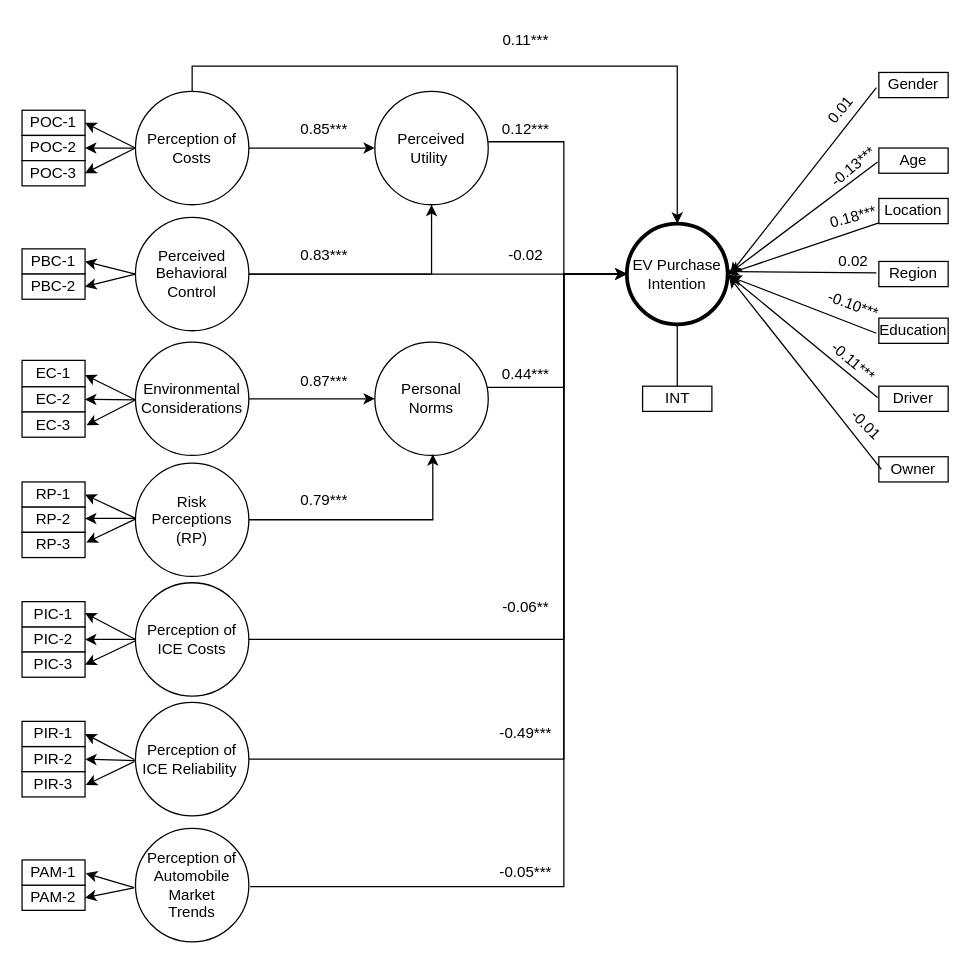
Before: page "Page-1" (1 of 2) of final_path_diagram.drawio in ChullEPG/taxi-survey, a draw.io diagram. Source tidied: cells renumbered, new cells numbered last; positions are measured from the earlier drawing's top-left corner, leaving out a move shared by most shapes. Both pictures are drawn from the tidied source at 126%, with x=0, y=0 at pixel (21, 21).
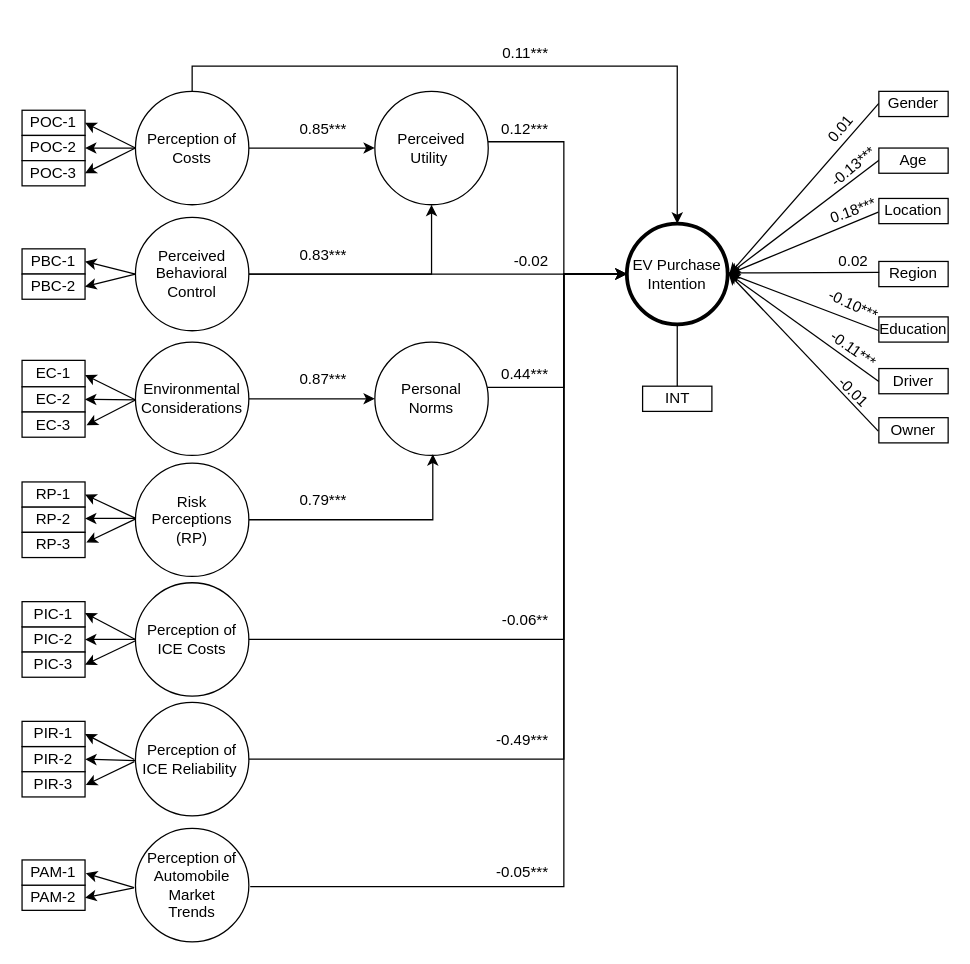
Above is the later version.

The change refers to these unchanged cells:
```xml
<mxCell id="11" value="EV Purchase Intention" style="ellipse;whiteSpace=wrap;html=1;strokeWidth=3;" parent="1" vertex="1">
  <mxGeometry x="480" y="160" width="80" height="80" as="geometry" />
</mxCell>
<mxCell id="68" value="Age" style="rounded=0;whiteSpace=wrap;html=1;" parent="1" vertex="1">
  <mxGeometry x="680" y="100" width="55" height="20" as="geometry" />
</mxCell>
<mxCell id="70" value="Location" style="rounded=0;whiteSpace=wrap;html=1;" parent="1" vertex="1">
  <mxGeometry x="680" y="140" width="55" height="20" as="geometry" />
</mxCell>
<mxCell id="71" value="Region" style="rounded=0;whiteSpace=wrap;html=1;" parent="1" vertex="1">
  <mxGeometry x="680" y="190" width="55" height="20" as="geometry" />
</mxCell>
```

The edit, as a diff of the source:
```diff
@@
+    <mxCell id="75" value="0.01" style="text;strokeColor=none;align=center;fillColor=none;html=1;verticalAlign=middle;whiteSpace=wrap;rounded=0;rotation=-50;" parent="1" vertex="1">
+      <mxGeometry x="620" y="70" width="60" height="30" as="geometry" />
+    </mxCell>
+    <mxCell id="76" value="-0.13***" style="text;strokeColor=none;align=center;fillColor=none;html=1;verticalAlign=middle;whiteSpace=wrap;rounded=0;rotation=-40;" parent="1" vertex="1">
+      <mxGeometry x="630" y="100" width="60" height="30" as="geometry" />
+    </mxCell>
+    <mxCell id="77" value="0.18***" style="text;strokeColor=none;align=center;fillColor=none;html=1;verticalAlign=middle;whiteSpace=wrap;rounded=0;rotation=-20;" parent="1" vertex="1">
+      <mxGeometry x="630" y="135" width="60" height="30" as="geometry" />
+    </mxCell>
+    <mxCell id="78" value="-0.10***" style="text;strokeColor=none;align=center;fillColor=none;html=1;verticalAlign=middle;whiteSpace=wrap;rounded=0;rotation=25;" parent="1" vertex="1">
+      <mxGeometry x="630" y="210" width="60" height="30" as="geometry" />
+    </mxCell>
+    <mxCell id="81" value="0.02" style="text;strokeColor=none;align=center;fillColor=none;html=1;verticalAlign=middle;whiteSpace=wrap;rounded=0;rotation=0;" parent="1" vertex="1">
+      <mxGeometry x="630" y="175" width="60" height="30" as="geometry" />
+    </mxCell>
+    <mxCell id="56" value="0.11***" style="text;align=right;html=1;verticalAlign=middle;whiteSpace=wrap;rounded=0;shadow=0;fillColor=default;gradientColor=none;opacity=60;" parent="1" vertex="1">
+      <mxGeometry x="360" y="10" width="60" height="30" as="geometry" />
+    </mxCell>
@@
-    <mxCell id="55" value="0.12***" style="text;strokeColor=none;align=center;fillColor=none;html=1;verticalAlign=middle;whiteSpace=wrap;rounded=0;" parent="1" vertex="1">
-      <mxGeometry x="370" y="70" width="60" height="30" as="geometry" />
+    <mxCell id="55" value="0.12***" style="text;strokeColor=none;align=right;fillColor=none;html=1;verticalAlign=middle;whiteSpace=wrap;rounded=0;" parent="1" vertex="1">
+      <mxGeometry x="360" y="70" width="60" height="30" as="geometry" />
     </mxCell>
-    <mxCell id="56" value="0.11***" style="text;align=center;html=1;verticalAlign=middle;whiteSpace=wrap;rounded=0;shadow=0;fillColor=default;gradientColor=none;opacity=60;" parent="1" vertex="1">
-      <mxGeometry x="370" width="60" height="30" as="geometry" />
-    </mxCell>
-    <mxCell id="57" value="0.85***" style="text;strokeColor=none;align=center;fillColor=none;html=1;verticalAlign=middle;whiteSpace=wrap;rounded=0;" parent="1" vertex="1">
-      <mxGeometry x="210" y="70" width="60" height="30" as="geometry" />
+    <mxCell id="57" value="0.85***" style="text;strokeColor=none;align=right;fillColor=none;html=1;verticalAlign=middle;whiteSpace=wrap;rounded=0;" parent="1" vertex="1">
+      <mxGeometry x="200" y="70" width="60" height="30" as="geometry" />
     </mxCell>
-    <mxCell id="58" value="-0.02" style="text;strokeColor=none;align=center;fillColor=none;html=1;verticalAlign=middle;whiteSpace=wrap;rounded=0;" parent="1" vertex="1">
-      <mxGeometry x="370" y="170" width="60" height="30" as="geometry" />
+    <mxCell id="58" value="-0.02" style="text;strokeColor=none;align=right;fillColor=none;html=1;verticalAlign=middle;whiteSpace=wrap;rounded=0;" parent="1" vertex="1">
+      <mxGeometry x="360" y="175" width="60" height="30" as="geometry" />
     </mxCell>
-    <mxCell id="59" value="0.83***" style="text;strokeColor=none;align=center;fillColor=none;html=1;verticalAlign=middle;whiteSpace=wrap;rounded=0;" parent="1" vertex="1">
-      <mxGeometry x="210" y="170" width="60" height="30" as="geometry" />
+    <mxCell id="59" value="0.83***" style="text;strokeColor=none;align=right;fillColor=none;html=1;verticalAlign=middle;whiteSpace=wrap;rounded=0;" parent="1" vertex="1">
+      <mxGeometry x="200" y="170" width="60" height="30" as="geometry" />
     </mxCell>
-    <mxCell id="60" value="0.87***" style="text;strokeColor=none;align=center;fillColor=none;html=1;verticalAlign=middle;whiteSpace=wrap;rounded=0;" parent="1" vertex="1">
-      <mxGeometry x="210" y="270" width="60" height="30" as="geometry" />
+    <mxCell id="60" value="0.87***" style="text;strokeColor=none;align=right;fillColor=none;html=1;verticalAlign=middle;whiteSpace=wrap;rounded=0;" parent="1" vertex="1">
+      <mxGeometry x="200" y="268.5" width="60" height="30" as="geometry" />
     </mxCell>
-    <mxCell id="61" value="0.79***" style="text;strokeColor=none;align=center;fillColor=none;html=1;verticalAlign=middle;whiteSpace=wrap;rounded=0;" parent="1" vertex="1">
-      <mxGeometry x="210" y="365" width="60" height="30" as="geometry" />
+    <mxCell id="61" value="0.79***" style="text;strokeColor=none;align=right;fillColor=none;html=1;verticalAlign=middle;whiteSpace=wrap;rounded=0;" parent="1" vertex="1">
+      <mxGeometry x="200" y="365" width="60" height="30" as="geometry" />
     </mxCell>
-    <mxCell id="62" value="0.44***" style="text;strokeColor=none;align=center;fillColor=none;html=1;verticalAlign=middle;whiteSpace=wrap;rounded=0;" parent="1" vertex="1">
-      <mxGeometry x="370" y="265" width="60" height="30" as="geometry" />
+    <mxCell id="62" value="0.44***" style="text;strokeColor=none;align=right;fillColor=none;html=1;verticalAlign=middle;whiteSpace=wrap;rounded=0;" parent="1" vertex="1">
+      <mxGeometry x="360" y="265" width="60" height="30" as="geometry" />
     </mxCell>
-    <mxCell id="63" value="-0.49***" style="text;strokeColor=none;align=center;fillColor=none;html=1;verticalAlign=middle;whiteSpace=wrap;rounded=0;" parent="1" vertex="1">
-      <mxGeometry x="370" y="550" width="60" height="30" as="geometry" />
+    <mxCell id="63" value="-0.49***" style="text;strokeColor=none;align=right;fillColor=none;html=1;verticalAlign=middle;whiteSpace=wrap;rounded=0;" parent="1" vertex="1">
+      <mxGeometry x="360" y="555" width="60" height="30" as="geometry" />
     </mxCell>
-    <mxCell id="64" value="-0.05***" style="text;strokeColor=none;align=center;fillColor=none;html=1;verticalAlign=middle;whiteSpace=wrap;rounded=0;" parent="1" vertex="1">
-      <mxGeometry x="370" y="660" width="60" height="30" as="geometry" />
+    <mxCell id="64" value="-0.05***" style="text;strokeColor=none;align=right;fillColor=none;html=1;verticalAlign=middle;whiteSpace=wrap;rounded=0;" parent="1" vertex="1">
+      <mxGeometry x="360" y="660" width="60" height="30" as="geometry" />
     </mxCell>
-    <mxCell id="65" style="edgeStyle=none;rounded=0;jettySize=auto;html=1;entryX=1.025;entryY=0.5;entryDx=0;entryDy=0;entryPerimeter=0;exitX=-0.036;exitY=0.6;exitDx=0;exitDy=0;exitPerimeter=0;" parent="1" edge="1" source="66" target="11">
+    <mxCell id="65" style="edgeStyle=none;rounded=0;jettySize=auto;html=1;entryX=1.016;entryY=0.504;entryDx=0;entryDy=0;entryPerimeter=0;exitX=-0.001;exitY=0.475;exitDx=0;exitDy=0;exitPerimeter=0;" parent="1" edge="1" source="66" target="11">
       <mxGeometry relative="1" as="geometry" />
     </mxCell>
     <mxCell id="66" value="Gender" style="rounded=0;whiteSpace=wrap;html=1;" parent="1" vertex="1">
-      <mxGeometry x="680" y="40" width="55" height="20" as="geometry" />
+      <mxGeometry x="680" y="55" width="55" height="20" as="geometry" />
     </mxCell>
-    <mxCell id="67" style="edgeStyle=none;rounded=0;jettySize=auto;html=1;exitX=-0.018;exitY=0.55;exitDx=0;exitDy=0;exitPerimeter=0;entryX=1.025;entryY=0.488;entryDx=0;entryDy=0;entryPerimeter=0;" parent="1" edge="1" source="68" target="11">
+    <mxCell id="67" style="edgeStyle=none;rounded=0;jettySize=auto;html=1;exitX=0.006;exitY=0.479;exitDx=0;exitDy=0;exitPerimeter=0;entryX=1.011;entryY=0.503;entryDx=0;entryDy=0;entryPerimeter=0;" parent="1" edge="1" source="68" target="11">
       <mxGeometry relative="1" as="geometry" />
     </mxCell>
@@
-    <mxCell id="69" style="edgeStyle=none;rounded=0;jettySize=auto;html=1;" parent="1" edge="1" source="70">
-      <mxGeometry relative="1" as="geometry">
-        <mxPoint x="560" y="200" as="targetPoint" />
-      </mxGeometry>
+    <mxCell id="69" style="edgeStyle=none;rounded=0;jettySize=auto;html=1;entryX=1.009;entryY=0.501;entryDx=0;entryDy=0;entryPerimeter=0;exitX=-0.008;exitY=0.544;exitDx=0;exitDy=0;exitPerimeter=0;" parent="1" edge="1" source="70" target="11">
+      <mxGeometry relative="1" as="geometry" />
     </mxCell>
@@
     <mxCell id="72" value="Education" style="rounded=0;whiteSpace=wrap;html=1;" parent="1" vertex="1">
-      <mxGeometry x="680" y="235" width="55" height="20" as="geometry" />
+      <mxGeometry x="680" y="234" width="55" height="20" as="geometry" />
     </mxCell>
     <mxCell id="73" value="Driver" style="rounded=0;whiteSpace=wrap;html=1;" parent="1" vertex="1">
-      <mxGeometry x="680" y="289" width="55" height="20" as="geometry" />
+      <mxGeometry x="680" y="275" width="55" height="20" as="geometry" />
     </mxCell>
     <mxCell id="74" value="Owner" style="rounded=0;whiteSpace=wrap;html=1;" parent="1" vertex="1">
-      <mxGeometry x="680" y="345" width="55" height="20" as="geometry" />
+      <mxGeometry x="680" y="314" width="55" height="20" as="geometry" />
     </mxCell>
-    <mxCell id="75" value="0.01" style="text;strokeColor=none;align=center;fillColor=none;html=1;verticalAlign=middle;whiteSpace=wrap;rounded=0;rotation=-50;" parent="1" vertex="1">
-      <mxGeometry x="620" y="55" width="60" height="30" as="geometry" />
-    </mxCell>
-    <mxCell id="76" value="-0.13***" style="text;strokeColor=none;align=center;fillColor=none;html=1;verticalAlign=middle;whiteSpace=wrap;rounded=0;rotation=-40;" parent="1" vertex="1">
-      <mxGeometry x="630" y="100" width="60" height="30" as="geometry" />
-    </mxCell>
-    <mxCell id="77" value="0.18***" style="text;strokeColor=none;align=center;fillColor=none;html=1;verticalAlign=middle;whiteSpace=wrap;rounded=0;rotation=-15;" parent="1" vertex="1">
-      <mxGeometry x="630" y="140" width="60" height="30" as="geometry" />
-    </mxCell>
-    <mxCell id="78" value="-0.10***" style="text;strokeColor=none;align=center;fillColor=none;html=1;verticalAlign=middle;whiteSpace=wrap;rounded=0;rotation=20;" parent="1" vertex="1">
-      <mxGeometry x="630" y="210" width="60" height="30" as="geometry" />
-    </mxCell>
-    <mxCell id="79" value="-0.11***" style="text;strokeColor=none;align=center;fillColor=none;html=1;verticalAlign=middle;whiteSpace=wrap;rounded=0;rotation=40;" parent="1" vertex="1">
-      <mxGeometry x="630" y="255" width="60" height="30" as="geometry" />
+    <mxCell id="79" value="-0.11***" style="text;strokeColor=none;align=center;fillColor=none;html=1;verticalAlign=middle;whiteSpace=wrap;rounded=0;rotation=35;" parent="1" vertex="1">
+      <mxGeometry x="630" y="245" width="60" height="30" as="geometry" />
     </mxCell>
     <mxCell id="80" value="-0.01" style="text;strokeColor=none;align=center;fillColor=none;html=1;verticalAlign=middle;whiteSpace=wrap;rounded=0;rotation=45;" parent="1" vertex="1">
-      <mxGeometry x="640" y="305" width="60" height="30" as="geometry" />
+      <mxGeometry x="630" y="279" width="60" height="30" as="geometry" />
     </mxCell>
-    <mxCell id="81" value="0.02" style="text;strokeColor=none;align=center;fillColor=none;html=1;verticalAlign=middle;whiteSpace=wrap;rounded=0;rotation=0;" parent="1" vertex="1">
-      <mxGeometry x="630" y="175" width="60" height="30" as="geometry" />
-    </mxCell>
@@
-    <mxCell id="85" value="-0.06**" style="text;strokeColor=none;align=center;fillColor=none;html=1;verticalAlign=middle;whiteSpace=wrap;rounded=0;" parent="1" vertex="1">
-      <mxGeometry x="370" y="450" width="60" height="30" as="geometry" />
+    <mxCell id="85" value="-0.06**" style="text;strokeColor=none;align=right;fillColor=none;html=1;verticalAlign=middle;whiteSpace=wrap;rounded=0;" parent="1" vertex="1">
+      <mxGeometry x="360" y="460" width="60" height="30" as="geometry" />
     </mxCell>
-    <mxCell id="86" style="edgeStyle=none;rounded=0;jettySize=auto;html=1;exitX=-0.036;exitY=0.45;exitDx=0;exitDy=0;exitPerimeter=0;entryX=0.988;entryY=0.475;entryDx=0;entryDy=0;entryPerimeter=0;" parent="1" edge="1" source="71" target="11">
+    <mxCell id="86" style="edgeStyle=none;rounded=0;jettySize=auto;html=1;entryX=1.006;entryY=0.488;entryDx=0;entryDy=0;entryPerimeter=0;exitX=0.005;exitY=0.438;exitDx=0;exitDy=0;exitPerimeter=0;" parent="1" edge="1" source="71" target="11">
       <mxGeometry relative="1" as="geometry" />
     </mxCell>
-    <mxCell id="87" style="edgeStyle=none;rounded=0;jettySize=auto;html=1;entryX=1.025;entryY=0.525;entryDx=0;entryDy=0;entryPerimeter=0;exitX=-0.036;exitY=0.6;exitDx=0;exitDy=0;exitPerimeter=0;" parent="1" edge="1" source="72" target="11">
+    <mxCell id="87" style="edgeStyle=none;rounded=0;jettySize=auto;html=1;exitX=-0.005;exitY=0.54;exitDx=0;exitDy=0;exitPerimeter=0;entryX=1.007;entryY=0.492;entryDx=0;entryDy=0;entryPerimeter=0;" parent="1" edge="1" source="72" target="11">
       <mxGeometry relative="1" as="geometry" />
     </mxCell>
-    <mxCell id="88" style="edgeStyle=none;rounded=0;jettySize=auto;html=1;exitX=-0.018;exitY=0.45;exitDx=0;exitDy=0;exitPerimeter=0;" parent="1" edge="1" source="73">
-      <mxGeometry relative="1" as="geometry">
-        <mxPoint x="560" y="200" as="targetPoint" />
-      </mxGeometry>
+    <mxCell id="88" style="edgeStyle=none;rounded=0;jettySize=auto;html=1;entryX=1.005;entryY=0.492;entryDx=0;entryDy=0;entryPerimeter=0;exitX=0;exitY=0.511;exitDx=0;exitDy=0;exitPerimeter=0;" parent="1" edge="1" source="73" target="11">
+      <mxGeometry relative="1" as="geometry" />
     </mxCell>
-    <mxCell id="89" style="edgeStyle=none;rounded=0;jettySize=auto;html=1;entryX=1.013;entryY=0.525;entryDx=0;entryDy=0;entryPerimeter=0;exitX=0.036;exitY=0.5;exitDx=0;exitDy=0;exitPerimeter=0;" parent="1" edge="1" source="74" target="11">
+    <mxCell id="89" style="edgeStyle=none;rounded=0;jettySize=auto;html=1;entryX=1.009;entryY=0.494;entryDx=0;entryDy=0;entryPerimeter=0;exitX=-0.008;exitY=0.534;exitDx=0;exitDy=0;exitPerimeter=0;" parent="1" edge="1" source="74" target="11">
       <mxGeometry relative="1" as="geometry" />
     </mxCell>
```
